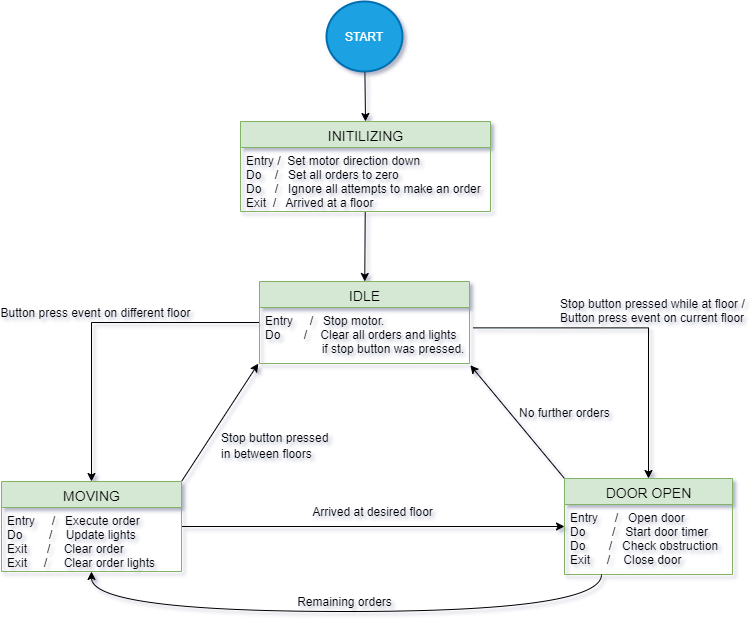
Before: Tilstandsdiagram.png, a diagram exported from draw.io (henrirno/TTK4235-Heis-1). Source tidied: cells renumbered, new cells last; positions are measured from the earlier drawing's top-left corner, leaving out a move shared by most shapes.
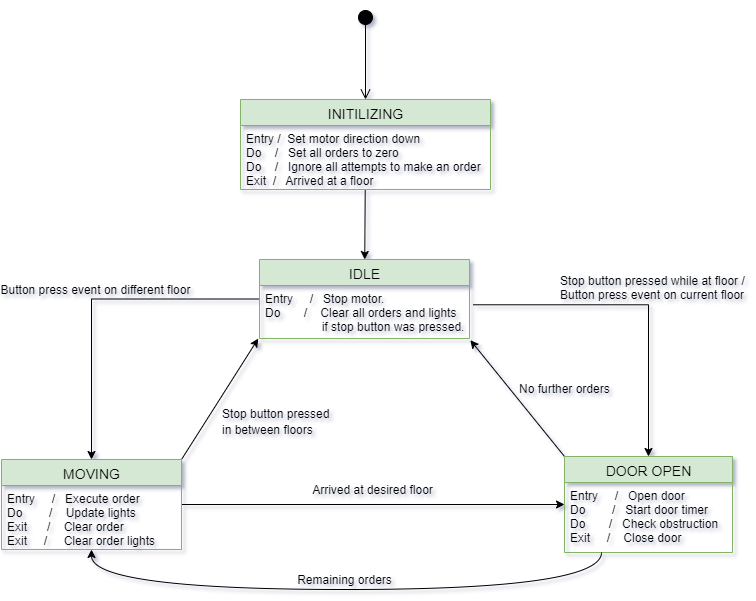
The same diagram one commit later.

What changed in the source:
```diff
@@ -2,12 +2,6 @@
   <root>
     <mxCell id="0" />
     <mxCell id="1" parent="0" />
-    <mxCell id="2" style="edgeStyle=none;rounded=0;jettySize=auto;html=1;entryX=0.5;entryY=0;entryDx=0;entryDy=0;labelBackgroundColor=none;startArrow=none;startFill=0;fontSize=14;" parent="1" edge="1" source="3" target="5">
-      <mxGeometry relative="1" as="geometry" />
-    </mxCell>
-    <mxCell id="3" value="START" style="strokeWidth=2;html=1;shape=mxgraph.flowchart.start_2;whiteSpace=wrap;fillColor=#1ba1e2;strokeColor=#006EAF;fontColor=#ffffff;" parent="1" vertex="1">
-      <mxGeometry x="325" width="76" height="70" as="geometry" />
-    </mxCell>
     <mxCell id="4" style="edgeStyle=none;rounded=0;jettySize=auto;html=1;labelBackgroundColor=none;startArrow=none;startFill=0;fontSize=14;" parent="1" edge="1" source="5" target="9">
       <mxGeometry relative="1" as="geometry" />
     </mxCell>
@@ -24,17 +18,17 @@
       <mxGeometry relative="1" as="geometry" />
     </mxCell>
     <mxCell id="9" value="&lt;span style=&quot;font-weight: normal&quot;&gt;IDLE&lt;/span&gt;" style="swimlane;fontStyle=1;align=center;verticalAlign=top;horizontal=1;startSize=26;strokeColor=#82b366;strokeWidth=1;fillColor=#d5e8d4;fontSize=14;html=1;" parent="1" vertex="1">
-      <mxGeometry x="258" y="280" width="210" height="82" as="geometry" />
+      <mxGeometry x="258" y="280" width="210" height="79" as="geometry" />
     </mxCell>
     <mxCell id="10" value="Entry     /   Stop motor.&#10;Do       /    Clear all orders and lights &#10;                 if stop button was pressed." style="text;strokeColor=none;fillColor=none;align=left;verticalAlign=top;spacingLeft=4;spacingRight=4;overflow=hidden;points=[[0,0.5],[1,0.5]];portConstraint=eastwest;" parent="9" vertex="1">
-      <mxGeometry y="26" width="210" height="56" as="geometry" />
+      <mxGeometry y="26" width="210" height="53" as="geometry" />
     </mxCell>
     <mxCell id="11" value="Arrived at desired floor" style="edgeStyle=none;rounded=0;jettySize=auto;html=1;labelBackgroundColor=none;startArrow=none;startFill=0;fontSize=12;verticalAlign=bottom;" parent="1" edge="1" source="13" target="16">
       <mxGeometry y="5" relative="1" as="geometry">
         <mxPoint x="-1" as="offset" />
       </mxGeometry>
     </mxCell>
-    <mxCell id="12" value="&lt;font style=&quot;font-size: 12px&quot;&gt;Stop button pressed&lt;br&gt;in between floors&lt;/font&gt;" style="rounded=0;jettySize=auto;html=1;labelBackgroundColor=none;startArrow=none;startFill=0;fontSize=14;entryX=-0.006;entryY=1.002;entryDx=0;entryDy=0;entryPerimeter=0;exitX=1;exitY=0;exitDx=0;exitDy=0;align=left;verticalAlign=top;" parent="1" edge="1" source="13" target="10">
+    <mxCell id="12" value="&lt;font style=&quot;font-size: 12px&quot;&gt;Stop button pressed &lt;br&gt;in between floors&lt;/font&gt;" style="rounded=0;jettySize=auto;html=1;labelBackgroundColor=none;startArrow=none;startFill=0;fontSize=14;entryX=-0.006;entryY=1.002;entryDx=0;entryDy=0;entryPerimeter=0;exitX=1;exitY=0;exitDx=0;exitDy=0;align=left;verticalAlign=top;" parent="1" edge="1" source="13" target="10">
       <mxGeometry relative="1" as="geometry" />
     </mxCell>
     <mxCell id="13" value="&lt;span style=&quot;font-weight: normal&quot;&gt;MOVING&lt;/span&gt;" style="swimlane;fontStyle=1;align=center;verticalAlign=top;horizontal=1;startSize=26;strokeColor=#82b366;strokeWidth=1;fillColor=#d5e8d4;fontSize=14;html=1;" parent="1" vertex="1">
@@ -60,5 +54,10 @@
         </Array>
       </mxGeometry>
     </mxCell>
+    <mxCell id="19" style="html=1;verticalAlign=bottom;startArrow=circle;startFill=1;endArrow=open;startSize=6;endSize=8;labelBackgroundColor=none;fontSize=12;entryX=0.5;entryY=0;entryDx=0;entryDy=0;" parent="1" edge="1" target="5">
+      <mxGeometry relative="1" as="geometry">
+        <mxPoint x="364" y="30" as="sourcePoint" />
+      </mxGeometry>
+    </mxCell>
   </root>
 </mxGraphModel>
```
